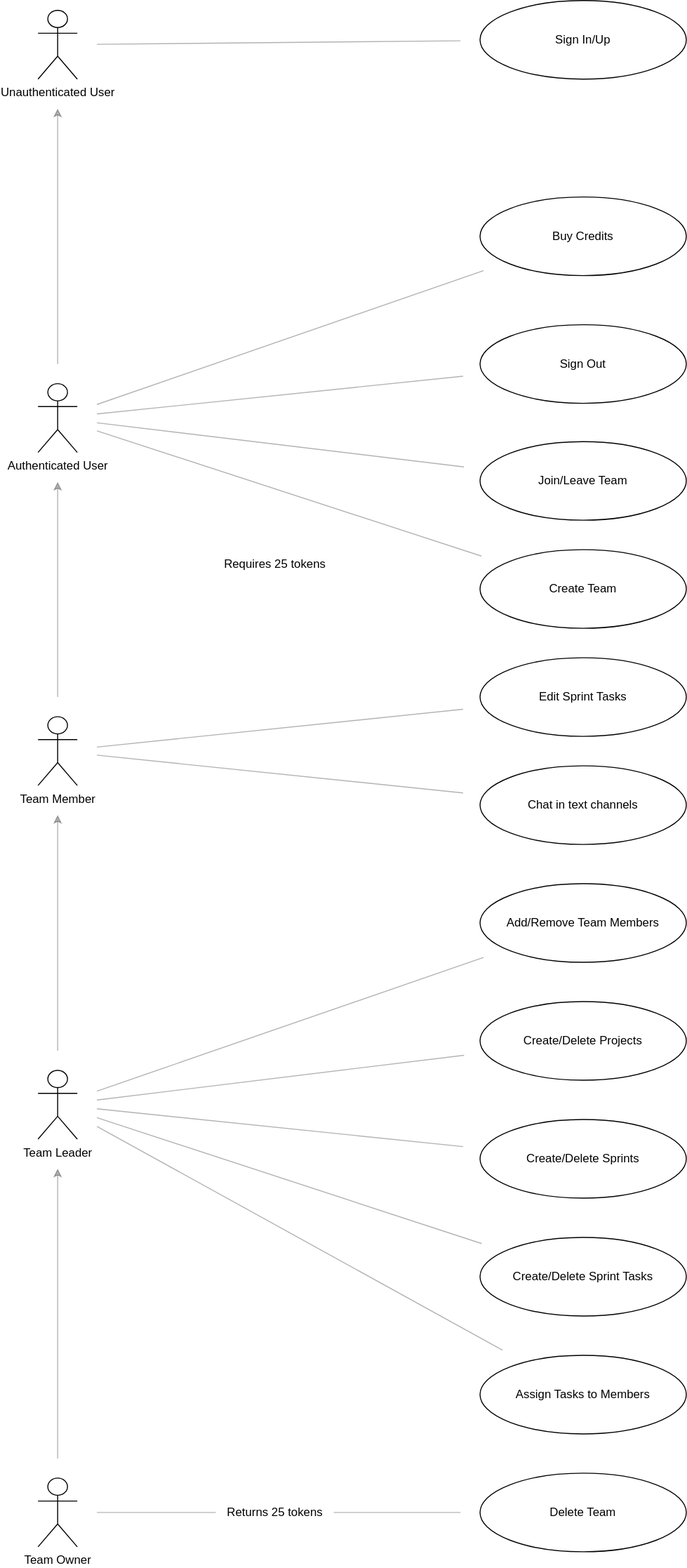
Earlier version of the draw.io export packages/domain/src/use-cases/index.drawio.svg (john-prutton/tarc). Source tidied: cells renumbered, new cells last; positions are measured from the earlier drawing's top-left corner, leaving out a move shared by most shapes.
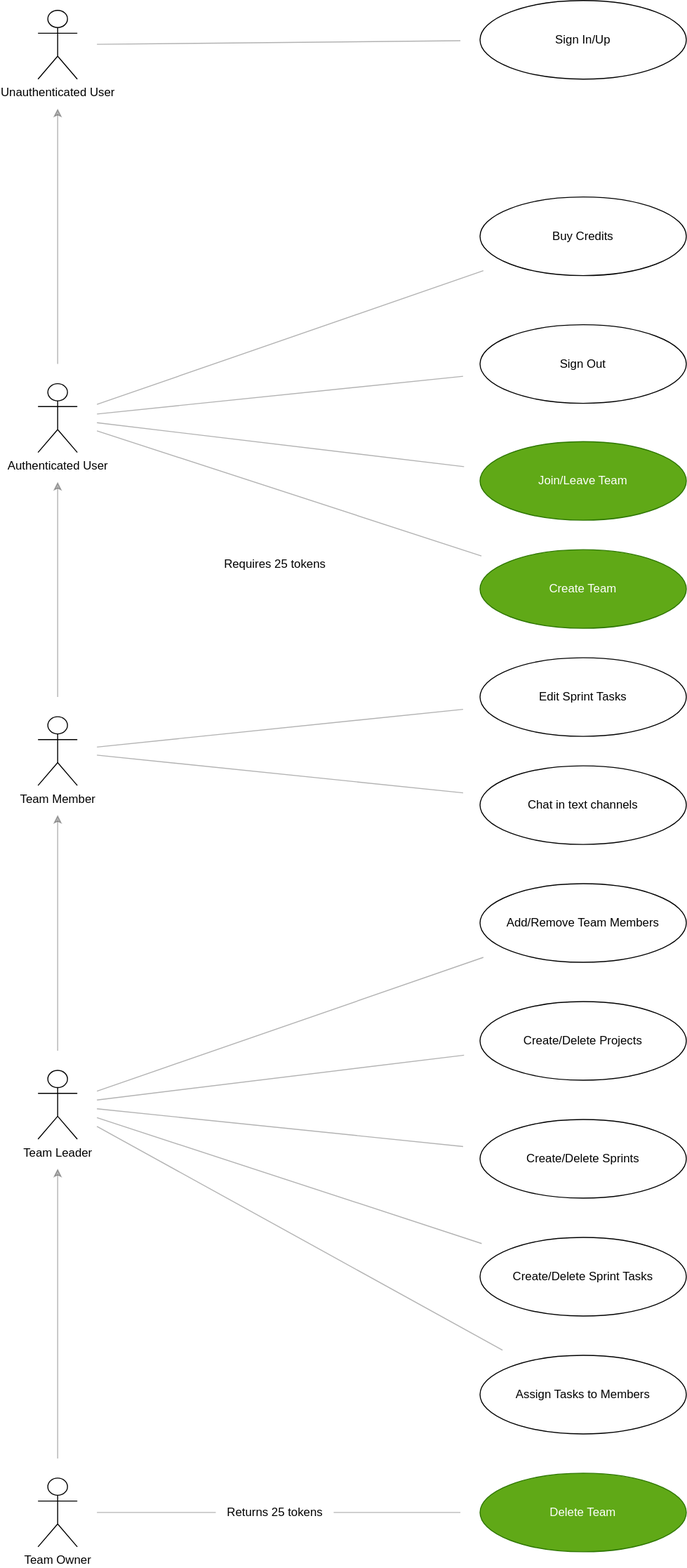
After the change.

Diff of the diagram source:
```diff
@@ -23,7 +23,7 @@
     <mxCell id="8" value="Assign Tasks to Members" style="ellipse;whiteSpace=wrap;html=1;" parent="1" vertex="1">
       <mxGeometry x="450" y="1379" width="210" height="80" as="geometry" />
     </mxCell>
-    <mxCell id="9" value="Delete Team" style="ellipse;whiteSpace=wrap;html=1;" parent="1" vertex="1">
+    <mxCell id="9" value="Delete Team" style="ellipse;whiteSpace=wrap;html=1;fillColor=#60a917;fontColor=#ffffff;strokeColor=#2D7600;" parent="1" vertex="1">
       <mxGeometry x="450" y="1499" width="210" height="80" as="geometry" />
     </mxCell>
     <mxCell id="10" value="Team Owner" style="shape=umlActor;verticalLabelPosition=bottom;verticalAlign=top;html=1;outlineConnect=0;" parent="1" vertex="1">
@@ -65,13 +65,13 @@
     <mxCell id="22" value="Authenticated User" style="shape=umlActor;verticalLabelPosition=bottom;verticalAlign=top;html=1;outlineConnect=0;" parent="1" vertex="1">
       <mxGeometry y="390" width="40" height="70" as="geometry" />
     </mxCell>
-    <mxCell id="23" value="Create Team" style="ellipse;whiteSpace=wrap;html=1;" parent="1" vertex="1">
+    <mxCell id="23" value="Create Team" style="ellipse;whiteSpace=wrap;html=1;fillColor=#60a917;fontColor=#ffffff;strokeColor=#2D7600;" parent="1" vertex="1">
       <mxGeometry x="450" y="559" width="210" height="80" as="geometry" />
     </mxCell>
     <mxCell id="24" style="rounded=0;jettySize=auto;html=1;endArrow=none;endFill=0;targetPerimeterSpacing=20;sourcePerimeterSpacing=20;endSize=6;opacity=30;" parent="1" edge="1" source="22" target="25">
       <mxGeometry relative="1" as="geometry" />
     </mxCell>
-    <mxCell id="25" value="Join/Leave Team" style="ellipse;whiteSpace=wrap;html=1;" parent="1" vertex="1">
+    <mxCell id="25" value="Join/Leave Team" style="ellipse;whiteSpace=wrap;html=1;fillColor=#60a917;fontColor=#ffffff;strokeColor=#2D7600;" parent="1" vertex="1">
       <mxGeometry x="450" y="449" width="210" height="80" as="geometry" />
     </mxCell>
     <mxCell id="26" value="Create/Delete Sprints" style="ellipse;whiteSpace=wrap;html=1;" parent="1" vertex="1">
```
